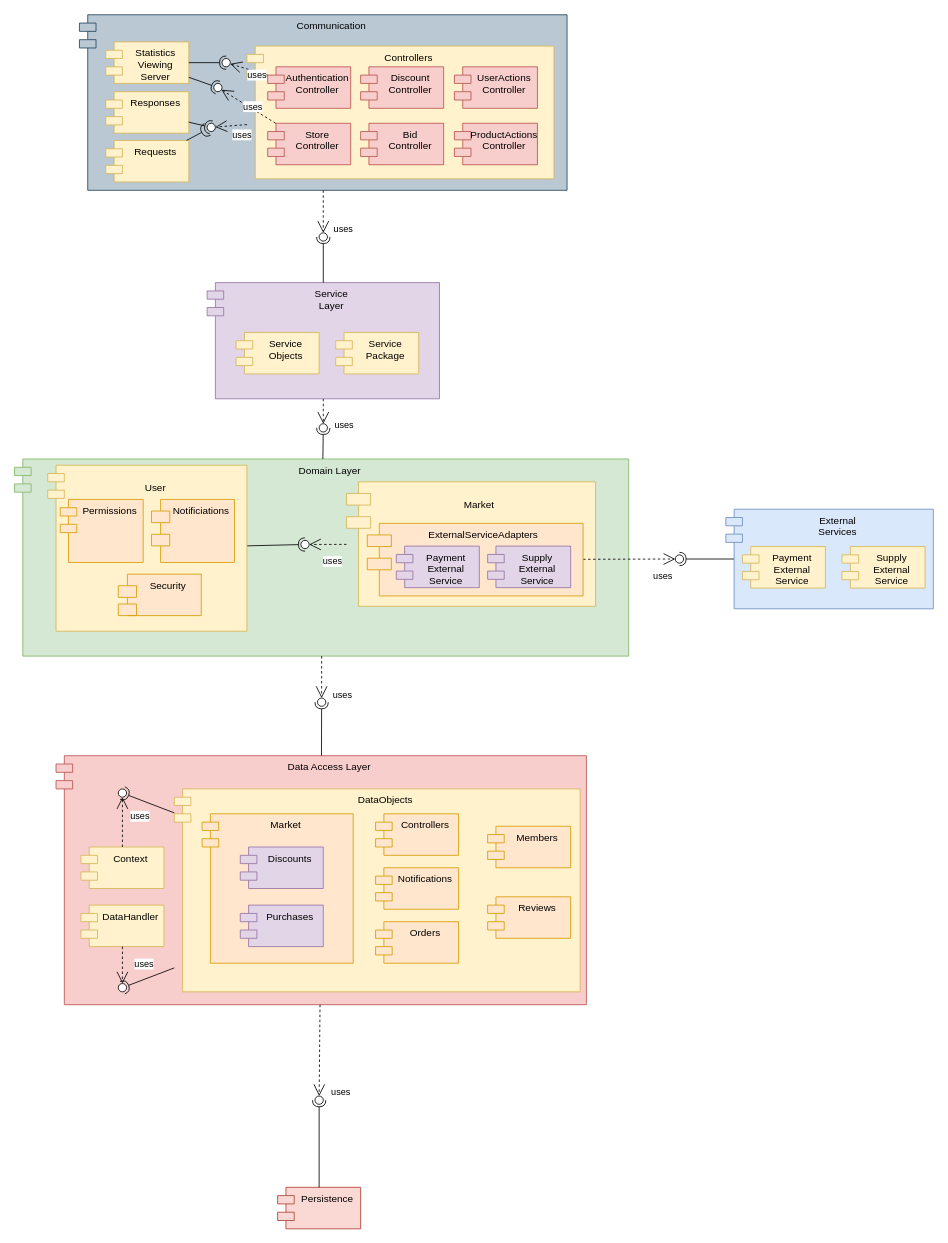
Above: page "Component Diagram" (2 of 3) of Workshop.drawio in itaitzruia4/Workshop (draw.io), before the change. Source tidied: cells renumbered, new cells numbered last; positions are measured from the earlier drawing's top-left corner, leaving out a move shared by most shapes. Both pictures are drawn from the tidied source at 83%, with x=0, y=0 at pixel (14, 14).
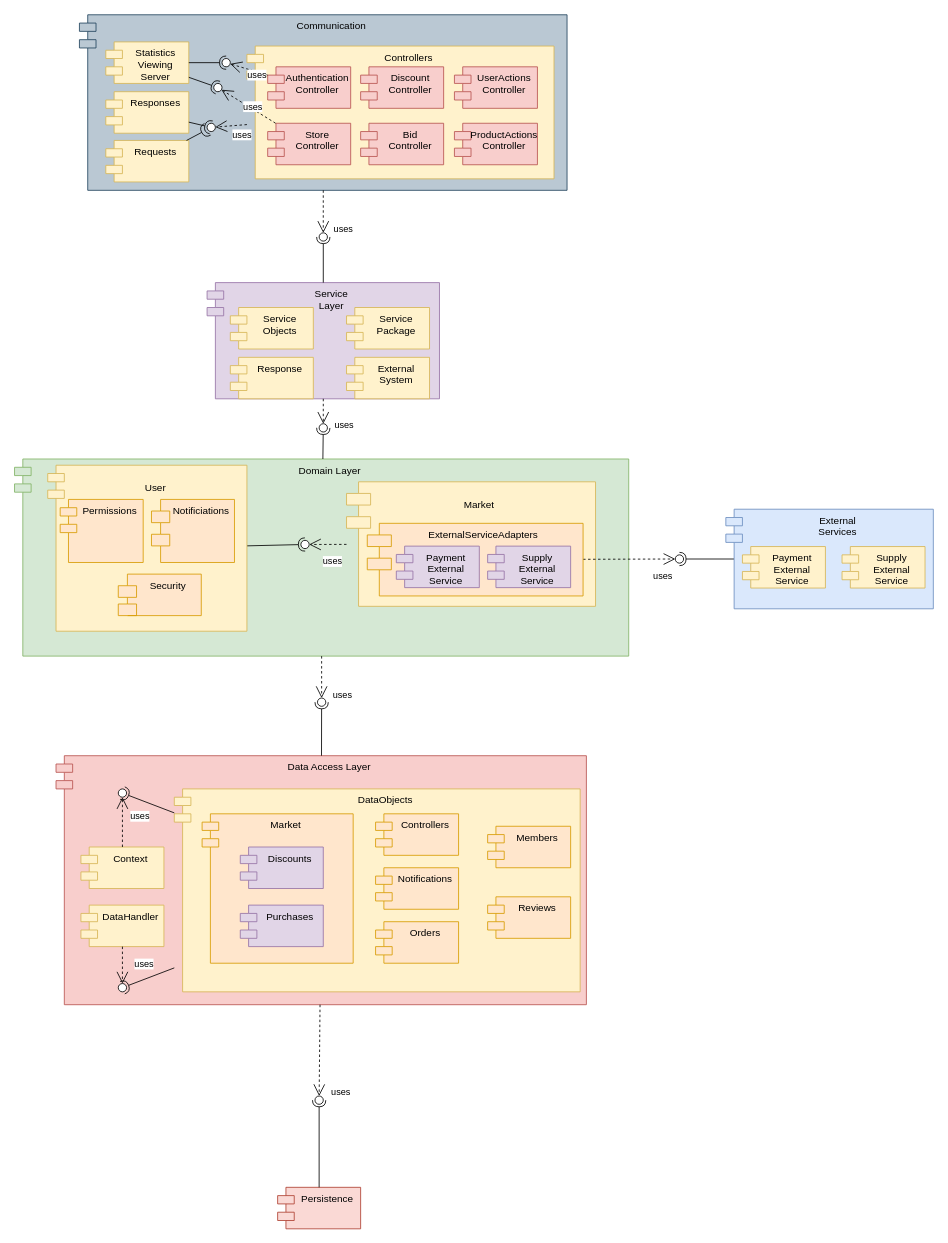
The same diagram, later.

Commit message:
Updated service layer component diagram

What changed in the source:
```diff
@@
     <mxCell id="29" value="Service&#10;Objects" style="shape=module;align=left;spacingLeft=20;align=center;verticalAlign=top;fillColor=#fff2cc;strokeColor=#d6b656;" parent="1" vertex="1">
-      <mxGeometry x="267" y="383" width="100" height="50" as="geometry" />
+      <mxGeometry x="260" y="353" width="100" height="50" as="geometry" />
     </mxCell>
     <mxCell id="30" value="Service&#10;Package" style="shape=module;align=left;spacingLeft=20;align=center;verticalAlign=top;fillColor=#fff2cc;strokeColor=#d6b656;" parent="1" vertex="1">
-      <mxGeometry x="387" y="383" width="100" height="50" as="geometry" />
+      <mxGeometry x="400" y="353" width="100" height="50" as="geometry" />
     </mxCell>
@@
+    <mxCell id="90" value="External&#10;System" style="shape=module;align=left;spacingLeft=20;align=center;verticalAlign=top;fillColor=#fff2cc;strokeColor=#d6b656;" parent="1" vertex="1">
+      <mxGeometry x="400" y="413" width="100" height="50" as="geometry" />
+    </mxCell>
+    <mxCell id="91" value="Response" style="shape=module;align=left;spacingLeft=20;align=center;verticalAlign=top;fillColor=#fff2cc;strokeColor=#d6b656;" parent="1" vertex="1">
+      <mxGeometry x="260" y="413" width="100" height="50" as="geometry" />
+    </mxCell>
```
